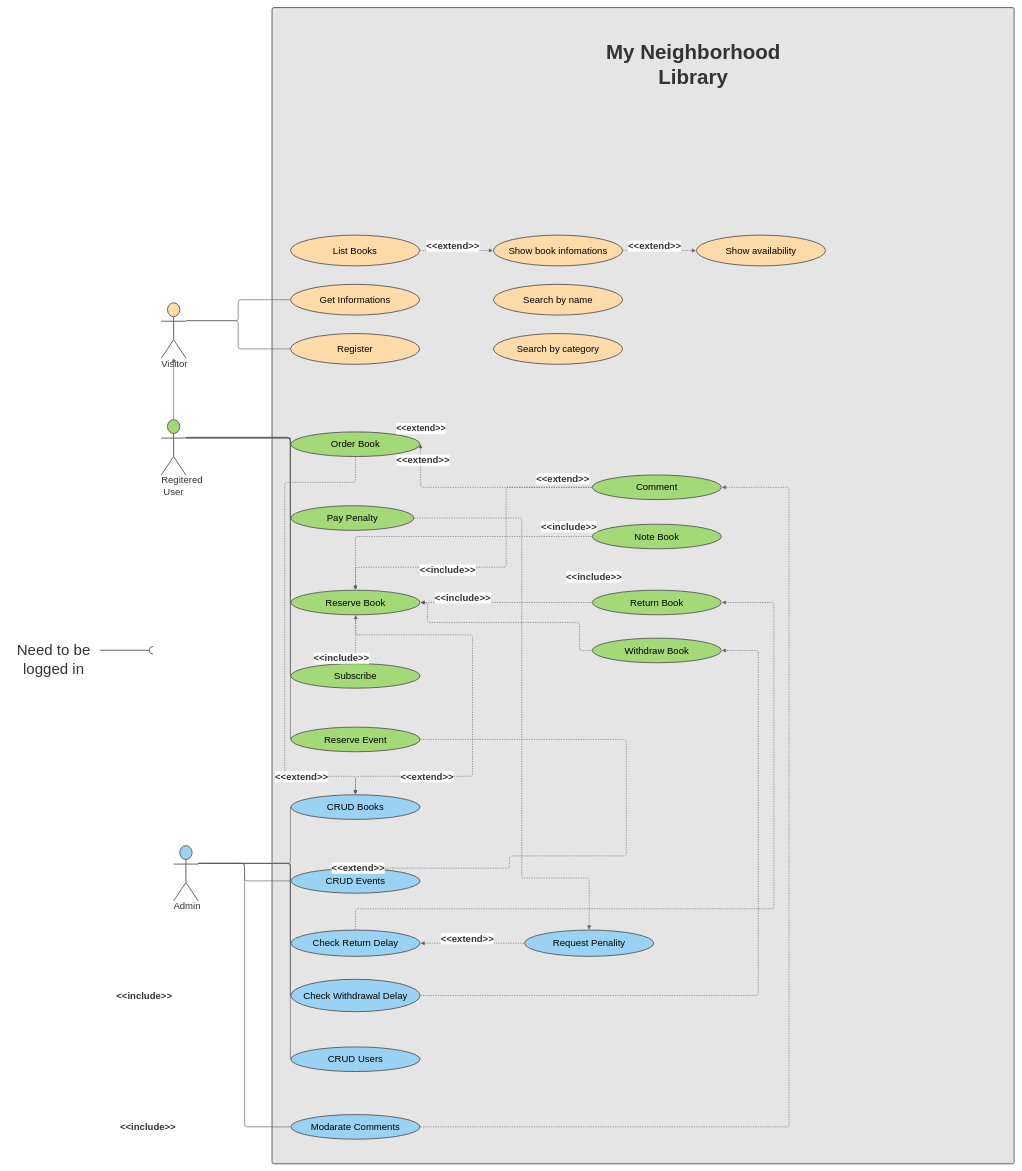
This is page "UML User Cases Full" (1 of 3) of docs/library_store.drawio from pptech-ds/CDA-JS-LIbrary-Store, a draw.io file, before an edit. Source tidied: cells renumbered, new cells numbered last; positions are measured from the earlier drawing's top-left corner, leaving out a move shared by most shapes. Both pictures are drawn from the tidied source at 41%, with x=0, y=0 at pixel (7, 7).
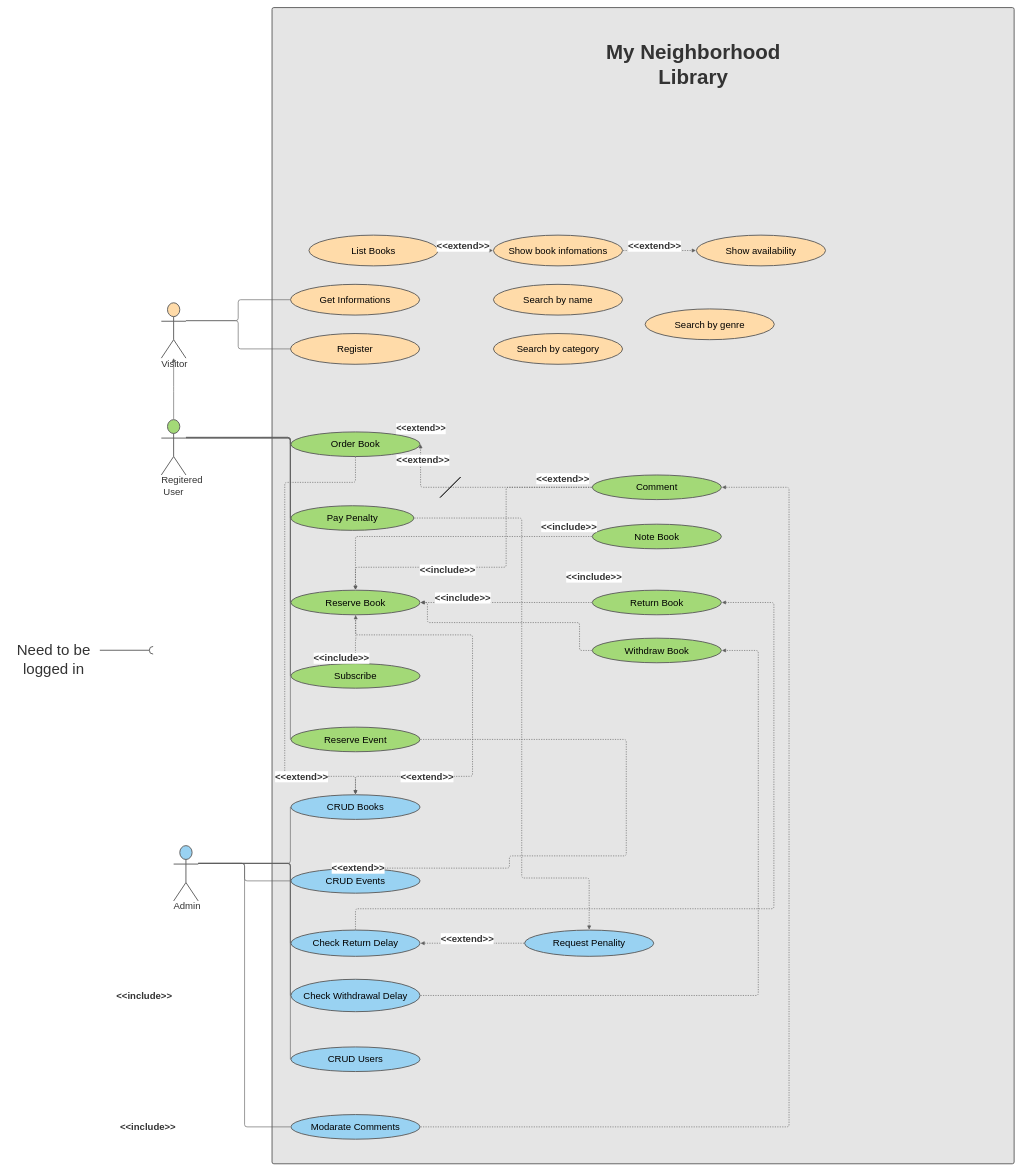
Above is the later version.

The edit, as a diff of the source:
```diff
@@
     <mxCell id="69" value="List Books" style="html=1;overflow=block;blockSpacing=1;whiteSpace=wrap;ellipse;whiteSpace=wrap;fontSize=23.3;spacing=3.8;strokeColor=#5e5e5e;strokeOpacity=100;fillOpacity=100;rounded=1;absoluteArcSize=1;arcSize=9;fillColor=#ffdba9;strokeWidth=2.3;" parent="1" vertex="1">
-      <mxGeometry x="690" y="555" width="315" height="75" as="geometry" />
+      <mxGeometry x="735" y="555" width="315" height="75" as="geometry" />
     </mxCell>
@@
+    <mxCell id="78" style="endArrow=none;html=1;rounded=0;" parent="1" edge="1">
+      <mxGeometry relative="1" as="geometry">
+        <mxPoint x="1055" y="1195" as="sourcePoint" />
+        <mxPoint x="1105" y="1145" as="targetPoint" />
+      </mxGeometry>
+    </mxCell>
+    <mxCell id="79" style="endArrow=none;html=1;rounded=0;" parent="1" edge="1">
+      <mxGeometry relative="1" as="geometry">
+        <mxPoint x="1055" y="1195" as="sourcePoint" />
+        <mxPoint x="1105" y="1145" as="targetPoint" />
+      </mxGeometry>
+    </mxCell>
+    <mxCell id="80" style="endArrow=none;html=1;rounded=0;" parent="1" edge="1">
+      <mxGeometry relative="1" as="geometry">
+        <mxPoint x="1055" y="1195" as="sourcePoint" />
+        <mxPoint x="1105" y="1145" as="targetPoint" />
+      </mxGeometry>
+    </mxCell>
+    <mxCell id="81" style="endArrow=none;html=1;rounded=0;" parent="1" edge="1">
+      <mxGeometry relative="1" as="geometry">
+        <mxPoint x="1055" y="1195" as="sourcePoint" />
+        <mxPoint x="1105" y="1145" as="targetPoint" />
+      </mxGeometry>
+    </mxCell>
+    <mxCell id="82" value="Search by genre" style="html=1;overflow=block;blockSpacing=1;whiteSpace=wrap;ellipse;whiteSpace=wrap;fontSize=23.3;spacing=3.8;strokeColor=#5e5e5e;strokeOpacity=100;fillOpacity=100;rounded=1;absoluteArcSize=1;arcSize=9;fillColor=#ffdba9;strokeWidth=2.3;" parent="1" vertex="1">
+      <mxGeometry x="1555" y="735" width="315" height="75" as="geometry" />
+    </mxCell>
```
